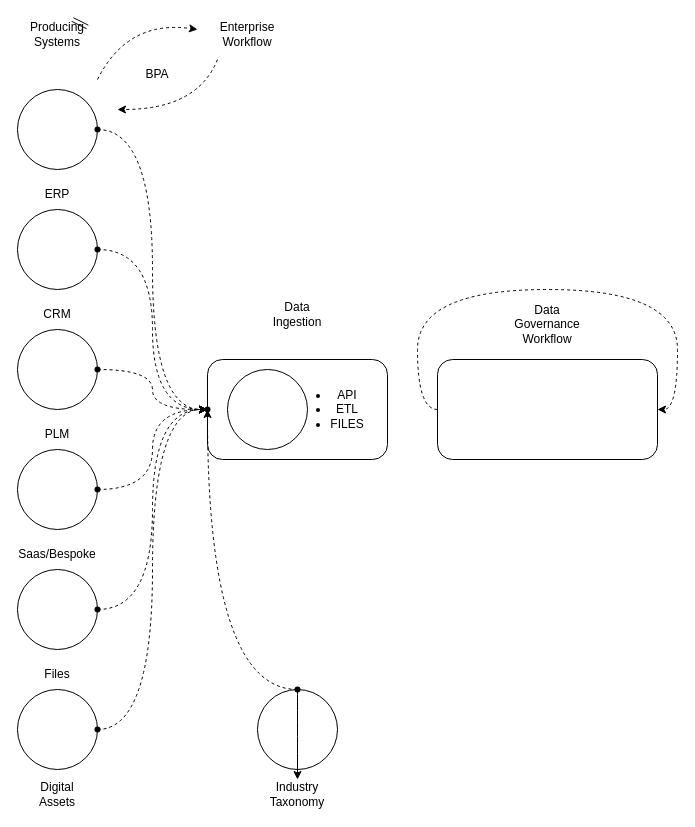
Before: Data Lifecycle.drawio in bellateixeira/bellateixeira, a draw.io diagram. Source tidied: cells renumbered, new cells numbered last; positions are measured from the earlier drawing's top-left corner, leaving out a move shared by most shapes. Both pictures are drawn from the tidied source at 100%, with x=0, y=0 at pixel (17, 19).
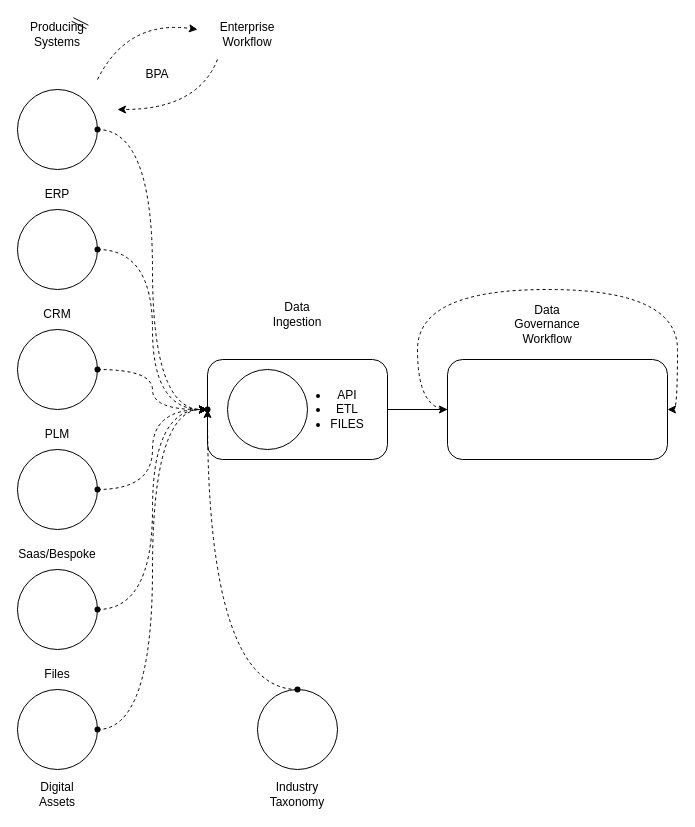
Above is the later version.

Unchanged cells that the change refers to:
```xml
<mxCell id="2" style="rounded=1;whiteSpace=wrap;html=1;labelBackgroundColor=none;" parent="1" vertex="1">
  <mxGeometry x="190" y="340" width="180" height="100" as="geometry" />
</mxCell>
<mxCell id="27" value="Industry Taxonomy" style="text;strokeColor=none;align=center;fillColor=none;html=1;verticalAlign=middle;whiteSpace=wrap;rounded=1;labelBackgroundColor=none;" parent="1" vertex="1">
  <mxGeometry x="250" y="760" width="60" height="30" as="geometry" />
</mxCell>
<mxCell id="39" style="shape=waypoint;fillStyle=solid;size=6;points=[];fillColor=none;perimeter=centerPerimeter;snapToPoint=1;rounded=1;labelBackgroundColor=none;" parent="1" vertex="1">
  <mxGeometry x="270" y="660" width="20" height="20" as="geometry" />
</mxCell>
```

What changed in the source:
```diff
@@
+    <mxCell id="47" style="edgeStyle=none;rounded=0;jettySize=auto;html=1;entryX=0;entryY=0.5;entryDx=0;entryDy=0;exitX=1;exitY=0.5;exitDx=0;exitDy=0;flowAnimation=0;" parent="1" edge="1" source="2" target="41">
+      <mxGeometry relative="1" as="geometry" />
+    </mxCell>
@@
-    <mxCell id="38" style="edgeStyle=orthogonalEdgeStyle;curved=1;rounded=0;jettySize=auto;html=1;fontColor=default;labelBackgroundColor=none;flowAnimation=1;" parent="1" edge="1" source="39" target="27">
-      <mxGeometry relative="1" as="geometry" />
-    </mxCell>
@@
     <mxCell id="41" style="rounded=1;whiteSpace=wrap;html=1;labelBackgroundColor=none;" parent="1" vertex="1">
-      <mxGeometry x="420" y="340" width="220" height="100" as="geometry" />
+      <mxGeometry x="430" y="340" width="220" height="100" as="geometry" />
     </mxCell>
```
